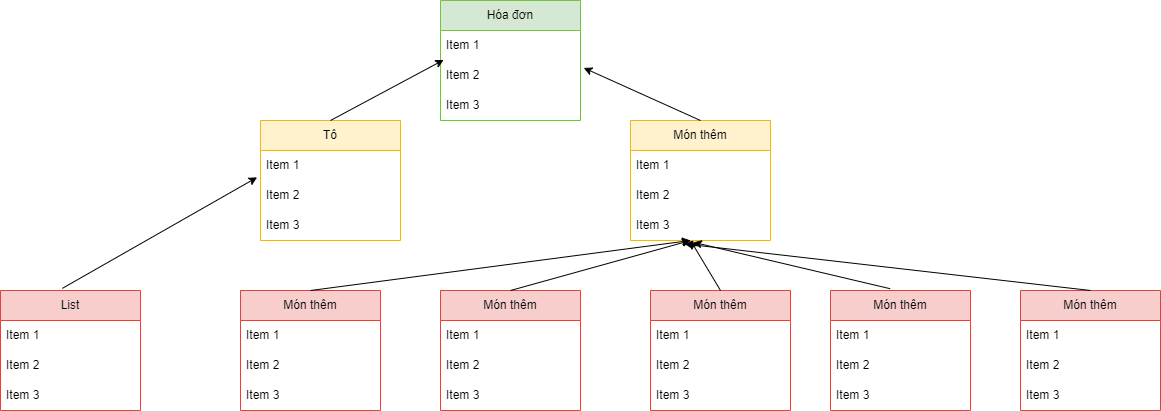
The draw.io diagram Untitled Diagram.drawio.png in ITsgu/Drawio, before a commit. Source tidied: cells renumbered, new cells last; positions are measured from the earlier drawing's top-left corner, leaving out a move shared by most shapes.
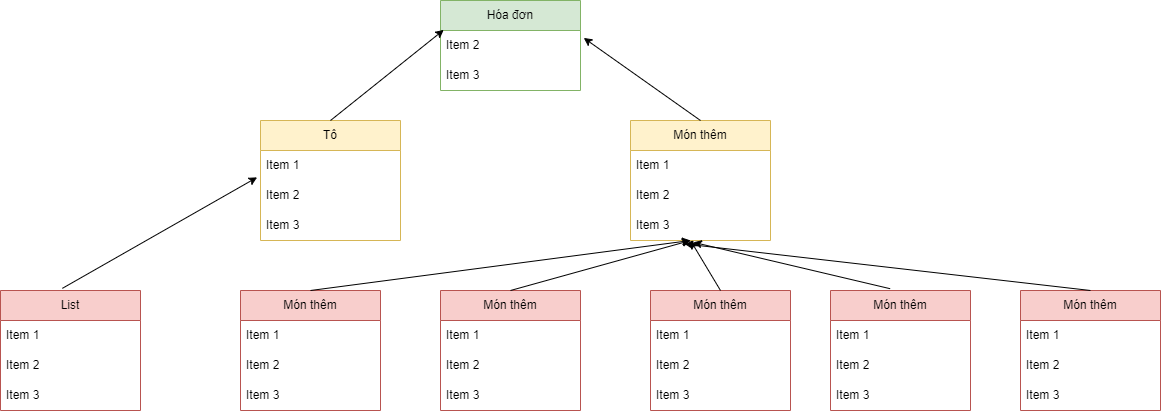
Later version of the same file.

Diff of the diagram source:
```diff
@@ -3,16 +3,13 @@
     <mxCell id="0" />
     <mxCell id="1" parent="0" />
     <mxCell id="2" value="Hóa đơn" style="swimlane;fontStyle=0;horizontal=1;startSize=30;whiteSpace=wrap;html=1;fillColor=#d5e8d4;strokeColor=#82b366;" parent="1" vertex="1">
-      <mxGeometry x="440" width="140" height="120" as="geometry" />
+      <mxGeometry x="440" width="140" height="90" as="geometry" />
     </mxCell>
-    <mxCell id="3" value="Item 1" style="text;strokeColor=none;fillColor=none;align=left;verticalAlign=middle;spacingLeft=4;spacingRight=4;overflow=hidden;whiteSpace=wrap;html=1;" parent="2" vertex="1">
-      <mxGeometry y="30" width="140" height="30" as="geometry" />
-    </mxCell>
     <mxCell id="4" value="Item 2" style="text;strokeColor=none;fillColor=none;align=left;verticalAlign=middle;spacingLeft=4;spacingRight=4;overflow=hidden;points=[[0,0.5],[1,0.5]];portConstraint=eastwest;whiteSpace=wrap;html=1;" parent="2" vertex="1">
-      <mxGeometry y="60" width="140" height="30" as="geometry" />
+      <mxGeometry y="30" width="140" height="30" as="geometry" />
     </mxCell>
     <mxCell id="5" value="Item 3" style="text;strokeColor=none;fillColor=none;align=left;verticalAlign=middle;spacingLeft=4;spacingRight=4;overflow=hidden;whiteSpace=wrap;html=1;" parent="2" vertex="1">
-      <mxGeometry y="90" width="140" height="30" as="geometry" />
+      <mxGeometry y="60" width="140" height="30" as="geometry" />
     </mxCell>
     <mxCell id="6" value="Tô" style="swimlane;fontStyle=0;horizontal=1;startSize=30;whiteSpace=wrap;html=1;fillColor=#fff2cc;strokeColor=#d6b656;" parent="1" vertex="1">
       <mxGeometry x="260" y="120" width="140" height="120" as="geometry" />
```
